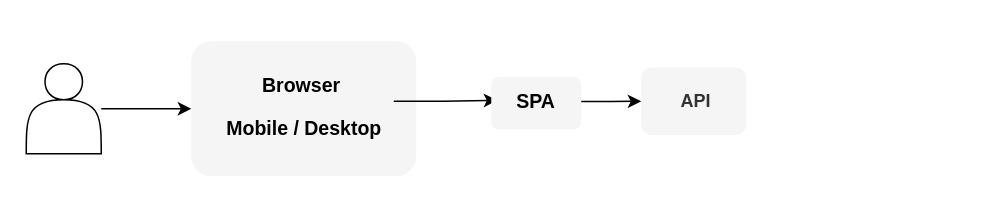
Above: Diagram bez tytułu.drawio in Ci8n/Planner (draw.io), before the change. Source tidied: cells renumbered, new cells numbered last; positions are measured from the earlier drawing's top-left corner, leaving out a move shared by most shapes. Both pictures are drawn from the tidied source at 150%, with x=0, y=0 at pixel (26, 40).
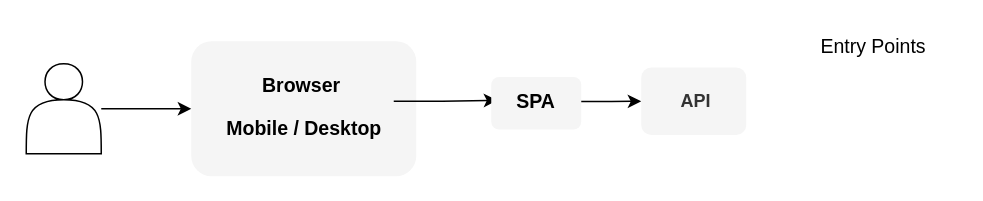
The same diagram, later.

Diff of the diagram source:
```diff
@@
 <mxGraphModel>
   <root>
     <mxCell id="0" />
     <mxCell id="1" parent="0" />
     <mxCell id="2" style="rounded=1;whiteSpace=wrap;html=1;fillColor=#f5f5f5;fontColor=#333333;strokeColor=none;" parent="1" vertex="1">
       <mxGeometry x="110" width="150" height="90" as="geometry" />
     </mxCell>
     <mxCell id="3" style="edgeStyle=orthogonalEdgeStyle;rounded=0;jettySize=auto;html=1;entryX=0;entryY=0.5;entryDx=0;entryDy=0;" parent="1" edge="1" source="4" target="2">
       <mxGeometry relative="1" as="geometry" />
     </mxCell>
     <mxCell id="4" style="shape=actor;whiteSpace=wrap;html=1;" parent="1" vertex="1">
       <mxGeometry y="15" width="50" height="60" as="geometry" />
     </mxCell>
     <mxCell id="5" style="edgeStyle=orthogonalEdgeStyle;rounded=0;jettySize=auto;html=1;entryX=0.067;entryY=0.444;entryDx=0;entryDy=0;entryPerimeter=0;fontSize=13;" parent="1" edge="1" source="6" target="7">
       <mxGeometry relative="1" as="geometry" />
     </mxCell>
     <mxCell id="6" value="&lt;font style=&quot;font-size: 13px;&quot;&gt;Browser&amp;nbsp;&lt;br&gt;Mobile / Desktop&lt;br&gt;&lt;/font&gt;" style="text;strokeColor=none;fillColor=none;html=1;fontSize=24;fontStyle=1;verticalAlign=middle;align=center;" parent="1" vertex="1">
       <mxGeometry x="125" width="120" height="80" as="geometry" />
     </mxCell>
     <mxCell id="7" style="rounded=1;whiteSpace=wrap;html=1;fillColor=#f5f5f5;fontColor=#333333;strokeColor=none;" parent="1" vertex="1">
       <mxGeometry x="310" y="23.8" width="60" height="35" as="geometry" />
     </mxCell>
     <mxCell id="8" style="edgeStyle=orthogonalEdgeStyle;rounded=0;jettySize=auto;html=1;entryX=0;entryY=0.5;entryDx=0;entryDy=0;fontSize=13;" parent="1" edge="1" source="9" target="10">
       <mxGeometry relative="1" as="geometry" />
     </mxCell>
     <mxCell id="9" value="&lt;b&gt;SPA&lt;/b&gt;" style="text;html=1;strokeColor=none;fillColor=none;align=center;verticalAlign=middle;whiteSpace=wrap;rounded=0;fontSize=13;" parent="1" vertex="1">
       <mxGeometry x="310" y="23.8" width="60" height="32.5" as="geometry" />
     </mxCell>
     <mxCell id="10" value="&lt;b&gt;&amp;nbsp;API&lt;/b&gt;" style="rounded=1;whiteSpace=wrap;html=1;fillColor=#f5f5f5;fontColor=#333333;strokeColor=none;" parent="1" vertex="1">
       <mxGeometry x="410" y="17.5" width="70" height="45" as="geometry" />
     </mxCell>
+    <mxCell id="11" value="Entry Points" style="text;html=1;strokeColor=none;fillColor=none;align=center;verticalAlign=middle;whiteSpace=wrap;rounded=0;fontSize=13;" parent="1" vertex="1">
+      <mxGeometry x="510" y="-10" width="110" height="25" as="geometry" />
+    </mxCell>
   </root>
 </mxGraphModel>
```
